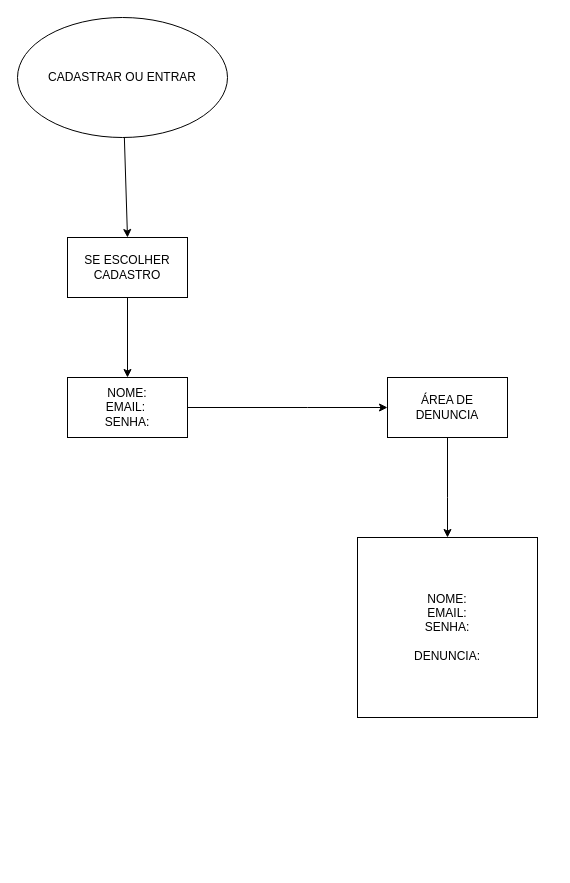
Before: Diagrama sem nome.drawio in JoseLeandro18/BoardingHouse, a draw.io diagram. Source tidied: cells renumbered, new cells numbered last; positions are measured from the earlier drawing's top-left corner, leaving out a move shared by most shapes. Both pictures are drawn from the tidied source at 100%, with x=0, y=0 at pixel (17, 17).
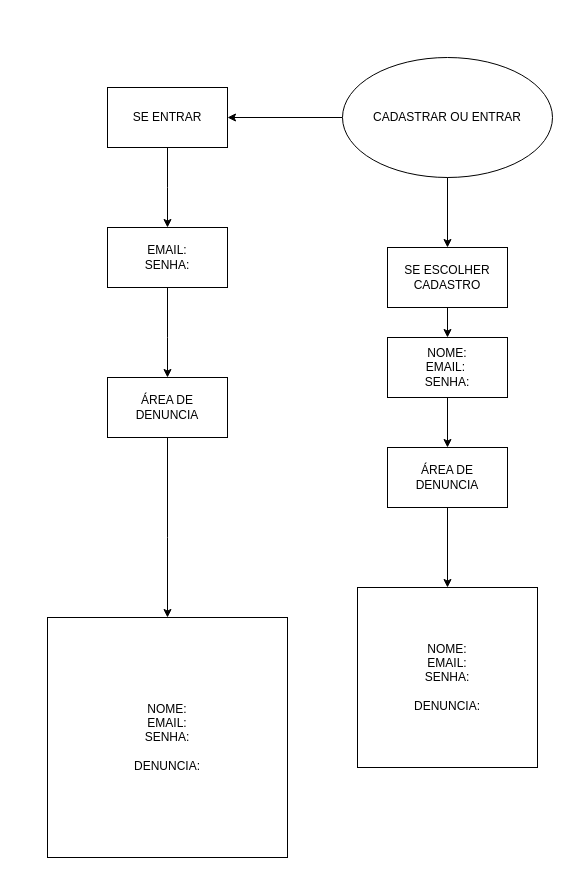
After the change.

What changed in the source:
```diff
@@
+    <mxCell id="11" style="edgeStyle=orthogonalEdgeStyle;rounded=0;jettySize=auto;html=1;" parent="1" edge="1" source="2" target="12">
+      <mxGeometry relative="1" as="geometry" />
+    </mxCell>
     <mxCell id="2" value="CADASTRAR OU ENTRAR" style="ellipse;whiteSpace=wrap;html=1;" parent="1" vertex="1">
-      <mxGeometry width="210" height="120" as="geometry" />
+      <mxGeometry x="325" y="40" width="210" height="120" as="geometry" />
     </mxCell>
-    <mxCell id="3" style="endArrow=classic;html=1;rounded=0;" parent="1" edge="1" source="2">
-      <mxGeometry relative="1" as="geometry">
-        <mxPoint x="110" y="220" as="targetPoint" />
-      </mxGeometry>
+    <mxCell id="3" style="endArrow=classic;html=1;rounded=0;entryX=0.5;entryY=0;entryDx=0;entryDy=0;" parent="1" edge="1" source="2" target="4">
+      <mxGeometry relative="1" as="geometry" />
     </mxCell>
     <mxCell id="4" value="SE ESCOLHER CADASTRO" style="rounded=0;whiteSpace=wrap;html=1;" parent="1" vertex="1">
-      <mxGeometry x="50" y="220" width="120" height="60" as="geometry" />
+      <mxGeometry x="370" y="230" width="120" height="60" as="geometry" />
     </mxCell>
-    <mxCell id="5" style="endArrow=classic;html=1;rounded=0;exitX=0.5;exitY=1;exitDx=0;exitDy=0;" parent="1" edge="1" source="4">
-      <mxGeometry relative="1" as="geometry">
-        <mxPoint x="110" y="360" as="targetPoint" />
-      </mxGeometry>
+    <mxCell id="5" style="endArrow=classic;html=1;rounded=0;exitX=0.5;exitY=1;exitDx=0;exitDy=0;entryX=0.5;entryY=0;entryDx=0;entryDy=0;" parent="1" edge="1" source="4" target="6">
+      <mxGeometry relative="1" as="geometry" />
     </mxCell>
     <mxCell id="6" value="NOME:&lt;br&gt;EMAIL:&amp;nbsp;&lt;div&gt;SENHA:&lt;/div&gt;" style="rounded=0;whiteSpace=wrap;html=1;" parent="1" vertex="1">
-      <mxGeometry x="50" y="360" width="120" height="60" as="geometry" />
+      <mxGeometry x="370" y="320" width="120" height="60" as="geometry" />
     </mxCell>
-    <mxCell id="7" style="endArrow=classic;html=1;rounded=0;exitX=1;exitY=0.5;exitDx=0;exitDy=0;" parent="1" edge="1" source="6">
-      <mxGeometry relative="1" as="geometry">
-        <mxPoint x="370" y="390" as="targetPoint" />
-        <Array as="points">
-          <mxPoint x="290" y="390" />
-        </Array>
-      </mxGeometry>
+    <mxCell id="7" style="endArrow=classic;html=1;rounded=0;exitX=0.5;exitY=1;exitDx=0;exitDy=0;entryX=0.5;entryY=0;entryDx=0;entryDy=0;" parent="1" edge="1" source="6" target="8">
+      <mxGeometry relative="1" as="geometry" />
     </mxCell>
     <mxCell id="8" value="ÁREA DE DENUNCIA" style="rounded=0;whiteSpace=wrap;html=1;" parent="1" vertex="1">
-      <mxGeometry x="370" y="360" width="120" height="60" as="geometry" />
+      <mxGeometry x="370" y="430" width="120" height="60" as="geometry" />
     </mxCell>
-    <mxCell id="9" style="endArrow=classic;html=1;rounded=0;exitX=0.5;exitY=1;exitDx=0;exitDy=0;" parent="1" edge="1" source="8">
+    <mxCell id="9" style="endArrow=classic;html=1;rounded=0;entryX=0.5;entryY=0;entryDx=0;entryDy=0;" parent="1" edge="1" target="10">
       <mxGeometry relative="1" as="geometry">
-        <mxPoint x="430" y="520" as="targetPoint" />
-        <Array as="points">
-          <mxPoint x="430" y="480" />
-        </Array>
+        <mxPoint x="430" y="490" as="sourcePoint" />
       </mxGeometry>
     </mxCell>
     <mxCell id="10" value="&lt;div&gt;NOME:&lt;/div&gt;EMAIL:&lt;div&gt;SENHA:&lt;br&gt;&lt;br&gt;DENUNCIA:&lt;/div&gt;" style="whiteSpace=wrap;html=1;" parent="1" vertex="1">
-      <mxGeometry x="340" y="520" width="180" height="180" as="geometry" />
+      <mxGeometry x="340" y="570" width="180" height="180" as="geometry" />
     </mxCell>
+    <mxCell id="12" value="SE ENTRAR" style="rounded=0;whiteSpace=wrap;html=1;" parent="1" vertex="1">
+      <mxGeometry x="90" y="70" width="120" height="60" as="geometry" />
+    </mxCell>
+    <mxCell id="13" style="endArrow=classic;html=1;rounded=0;exitX=0.5;exitY=1;exitDx=0;exitDy=0;" parent="1" edge="1" source="12">
+      <mxGeometry relative="1" as="geometry">
+        <mxPoint x="150" y="210" as="targetPoint" />
+        <Array as="points">
+          <mxPoint x="150" y="170" />
+        </Array>
+      </mxGeometry>
+    </mxCell>
+    <mxCell id="14" value="EMAIL:&lt;div&gt;SENHA:&lt;/div&gt;" style="rounded=0;whiteSpace=wrap;html=1;" parent="1" vertex="1">
+      <mxGeometry x="90" y="210" width="120" height="60" as="geometry" />
+    </mxCell>
+    <mxCell id="15" style="endArrow=classic;html=1;rounded=0;exitX=0.5;exitY=1;exitDx=0;exitDy=0;" parent="1" edge="1" source="14">
+      <mxGeometry relative="1" as="geometry">
+        <mxPoint x="150" y="360" as="targetPoint" />
+        <Array as="points">
+          <mxPoint x="150" y="320" />
+        </Array>
+      </mxGeometry>
+    </mxCell>
+    <mxCell id="16" value="ÁREA DE DENUNCIA" style="rounded=0;whiteSpace=wrap;html=1;" parent="1" vertex="1">
+      <mxGeometry x="90" y="360" width="120" height="60" as="geometry" />
+    </mxCell>
+    <mxCell id="17" style="endArrow=classic;html=1;rounded=0;exitX=0.5;exitY=1;exitDx=0;exitDy=0;" parent="1" edge="1" source="16">
+      <mxGeometry relative="1" as="geometry">
+        <mxPoint x="150" y="600" as="targetPoint" />
+        <Array as="points">
+          <mxPoint x="150" y="520" />
+        </Array>
+      </mxGeometry>
+    </mxCell>
+    <mxCell id="18" value="NOME:&lt;div&gt;EMAIL:&lt;/div&gt;&lt;div&gt;SENHA:&lt;/div&gt;&lt;div&gt;&lt;br&gt;&lt;/div&gt;&lt;div&gt;DENUNCIA:&lt;/div&gt;" style="whiteSpace=wrap;html=1;" parent="1" vertex="1">
+      <mxGeometry x="30" y="600" width="240" height="240" as="geometry" />
+    </mxCell>
+    <mxCell id="19" style="edgeStyle=orthogonalEdgeStyle;rounded=0;orthogonalLoop=1;jettySize=auto;html=1;exitX=0.5;exitY=1;exitDx=0;exitDy=0;" parent="1" edge="1" source="18" target="18">
+      <mxGeometry relative="1" as="geometry" />
+    </mxCell>
```
